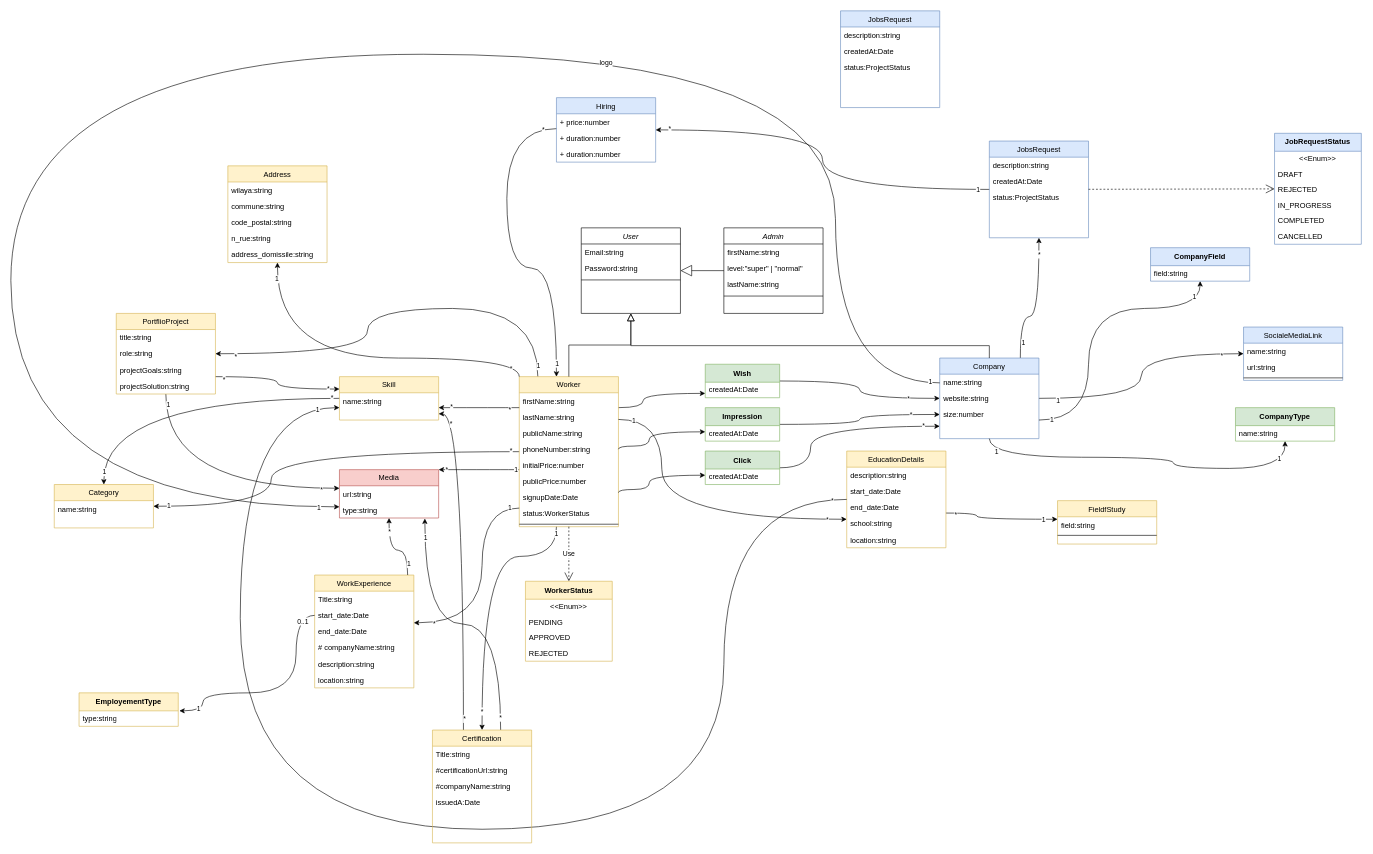
stormsidali2001/outsourcing-plateform-4th-year-project keeps this draw.io diagram as Diagramme sans nom.drawio. Above is the earlier version. Source tidied: cells renumbered, new cells numbered last; positions are measured from the earlier drawing's top-left corner, leaving out a move shared by most shapes. Both pictures are drawn from the tidied source at 62%, with x=0, y=0 at pixel (11, 11).
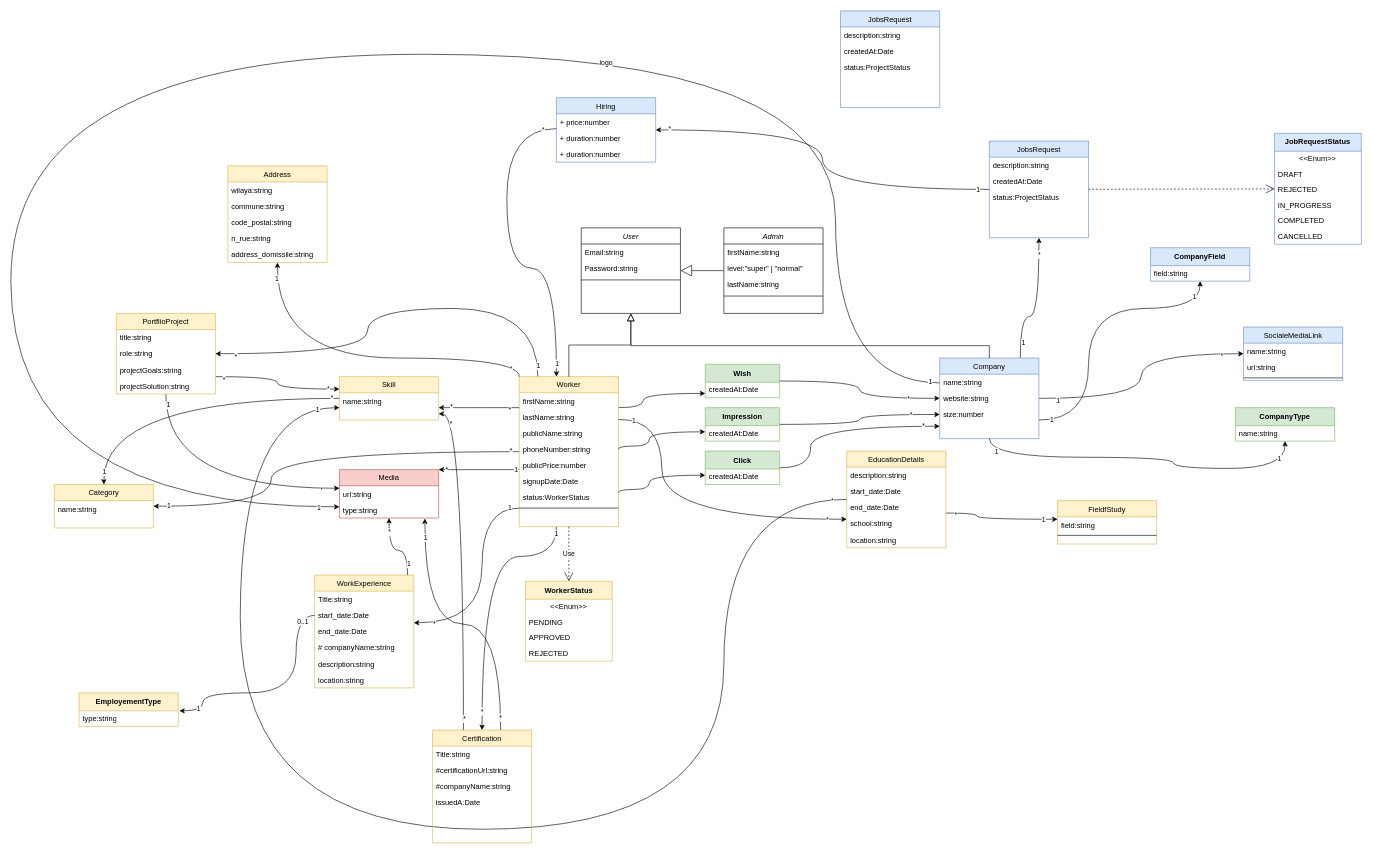
The same page after the edit.

Commit message:
Mettre à jour Diagramme sans nom.drawio

The change refers to these unchanged cells:
```xml
<mxCell id="19" value="Worker" style="swimlane;fontStyle=0;align=center;verticalAlign=top;horizontal=1;startSize=26;rounded=0;shadow=0;strokeWidth=1;fillColor=#fff2cc;strokeColor=#d6b656;" parent="1" vertex="1">
  <mxGeometry x="820" y="590" width="160" height="242" as="geometry" />
</mxCell>
```

What changed in the source:
```diff
@@
-    <mxCell id="24" value="initialPrice:number" style="text;align=left;verticalAlign=top;spacingLeft=4;spacingRight=4;overflow=hidden;rounded=0;shadow=0;html=0;" parent="19" vertex="1">
-      <mxGeometry y="130" width="160" height="26" as="geometry" />
-    </mxCell>
     <mxCell id="25" value="publicPrice:number" style="text;align=left;verticalAlign=top;spacingLeft=4;spacingRight=4;overflow=hidden;rounded=0;shadow=0;html=0;" parent="19" vertex="1">
-      <mxGeometry y="156" width="160" height="26" as="geometry" />
+      <mxGeometry y="130" width="160" height="26" as="geometry" />
     </mxCell>
     <mxCell id="26" value="signupDate:Date" style="text;align=left;verticalAlign=top;spacingLeft=4;spacingRight=4;overflow=hidden;rounded=0;shadow=0;html=0;" parent="19" vertex="1">
-      <mxGeometry y="182" width="160" height="26" as="geometry" />
+      <mxGeometry y="156" width="160" height="26" as="geometry" />
     </mxCell>
     <mxCell id="27" value="status:WorkerStatus" style="text;align=left;verticalAlign=top;spacingLeft=4;spacingRight=4;overflow=hidden;rounded=0;shadow=0;html=0;" parent="19" vertex="1">
-      <mxGeometry y="208" width="160" height="26" as="geometry" />
+      <mxGeometry y="182" width="160" height="26" as="geometry" />
     </mxCell>
     <mxCell id="28" style="line;html=1;strokeWidth=1;align=left;verticalAlign=middle;spacingTop=-1;spacingLeft=3;spacingRight=3;labelPosition=right;" parent="19" vertex="1">
-      <mxGeometry y="234" width="160" height="8" as="geometry" />
+      <mxGeometry y="208" width="160" height="8" as="geometry" />
     </mxCell>
```
